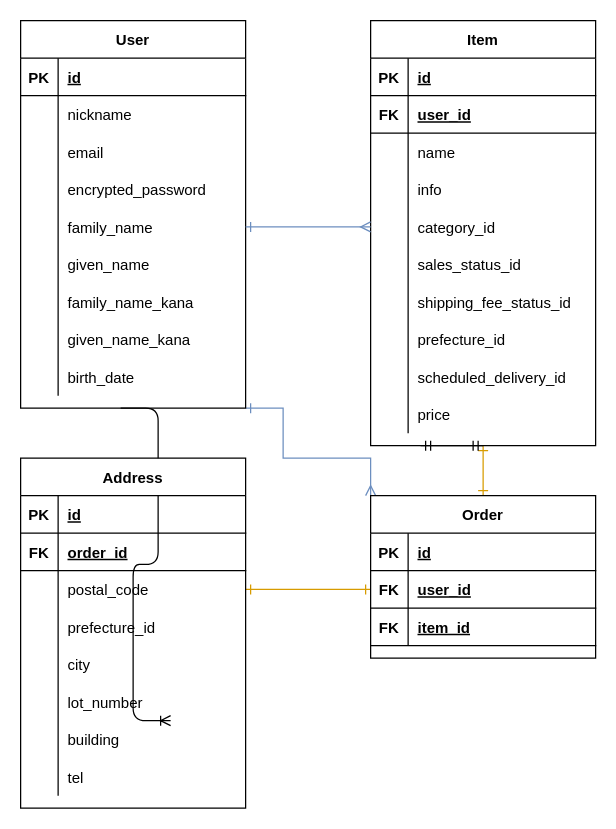
The draw.io diagram ER.dio in ttbbtbb/furima-31108, before the edit. Source tidied: cells renumbered, new cells numbered last; positions are measured from the earlier drawing's top-left corner, leaving out a move shared by most shapes. Both pictures are drawn from the tidied source at 125%, with x=0, y=0 at pixel (20, 20).
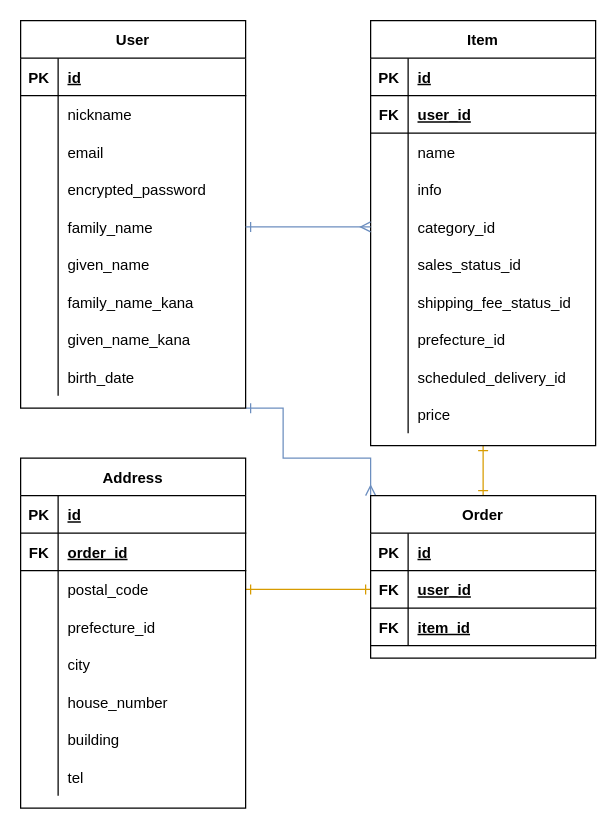
Above is the later version.

Commit message (it also covers changes not shown here):
Addressesテーブルのカラム名修正

Unchanged cells that the change refers to:
```xml
<mxCell id="32" value="Item" style="shape=table;startSize=30;childLayout=tableLayout;rowLines=0;fontStyle=1;align=center;" parent="1" vertex="1">
  <mxGeometry x="280" width="180" height="340" as="geometry" />
</mxCell>
<mxCell id="93" style="shape=partialRectangle;fillColor=none;top=0;left=0;bottom=0;right=0;" parent="77" vertex="1">
  <mxGeometry y="180" width="180" height="30" as="geometry" />
</mxCell>
```

Change to the diagram source:
```diff
@@
-    <mxCell id="63" style="edgeStyle=entityRelationEdgeStyle;fontSize=12;html=1;endArrow=ERoneToMany;" parent="1" edge="1">
-      <mxGeometry relative="1" as="geometry">
-        <mxPoint x="80" y="310" as="sourcePoint" />
-        <mxPoint x="120" y="560" as="targetPoint" />
-      </mxGeometry>
-    </mxCell>
-    <mxCell id="64" style="edgeStyle=entityRelationEdgeStyle;fontSize=12;html=1;endArrow=ERmandOne;startArrow=ERmandOne;exitX=1;exitY=0.5;exitDx=0;exitDy=0;entryX=0.5;entryY=1;entryDx=0;entryDy=0;" parent="1" edge="1" target="32">
-      <mxGeometry relative="1" as="geometry">
-        <mxPoint x="320" y="340" as="sourcePoint" />
-      </mxGeometry>
-    </mxCell>
@@
-    <mxCell id="95" value="lot_number" style="shape=partialRectangle;fillColor=none;top=0;left=0;bottom=0;right=0;align=left;spacingLeft=6;overflow=hidden;" parent="93" vertex="1">
+    <mxCell id="95" value="house_number" style="shape=partialRectangle;fillColor=none;top=0;left=0;bottom=0;right=0;align=left;spacingLeft=6;overflow=hidden;" parent="93" vertex="1">
       <mxGeometry x="30" width="150" height="30" as="geometry" />
     </mxCell>
```
